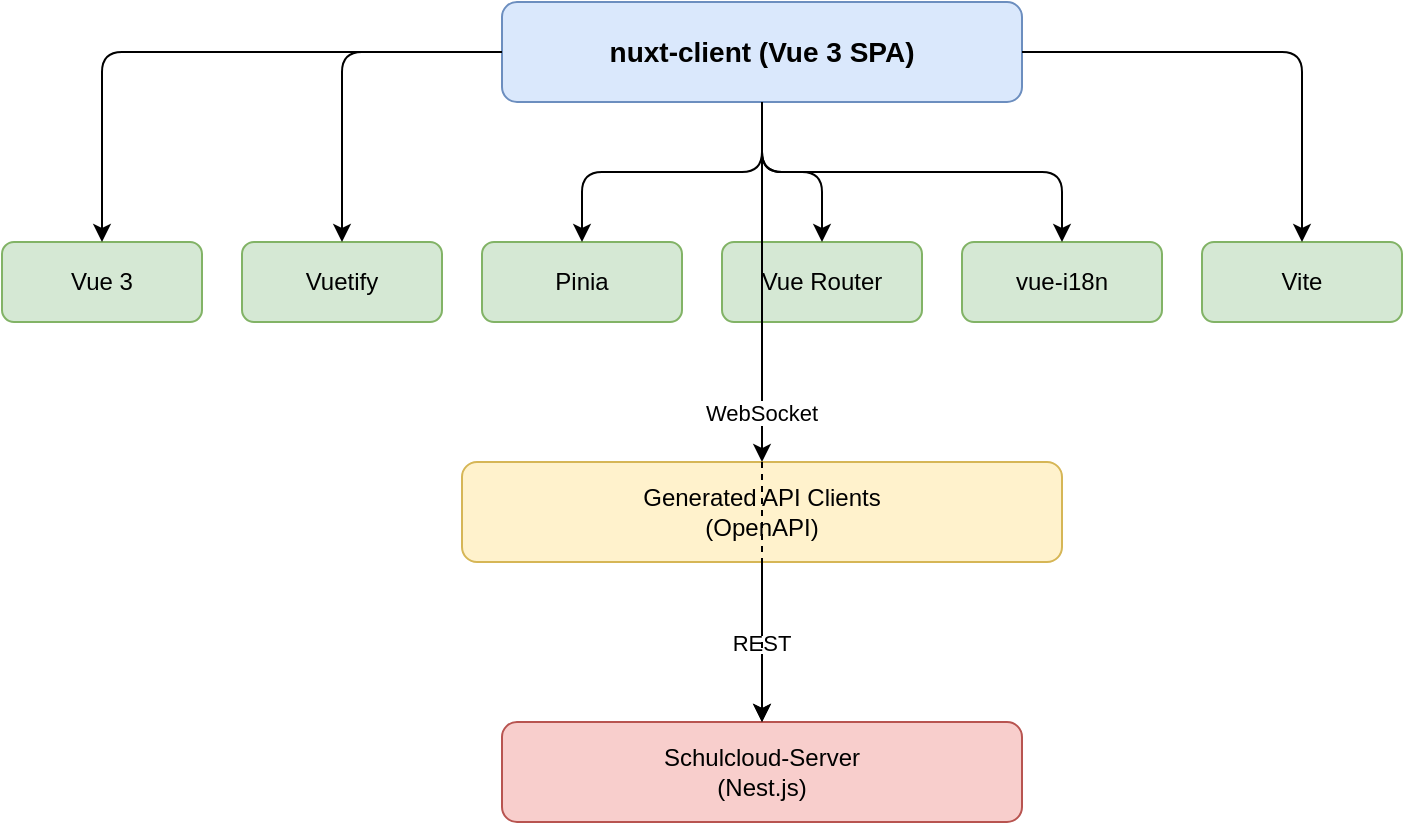
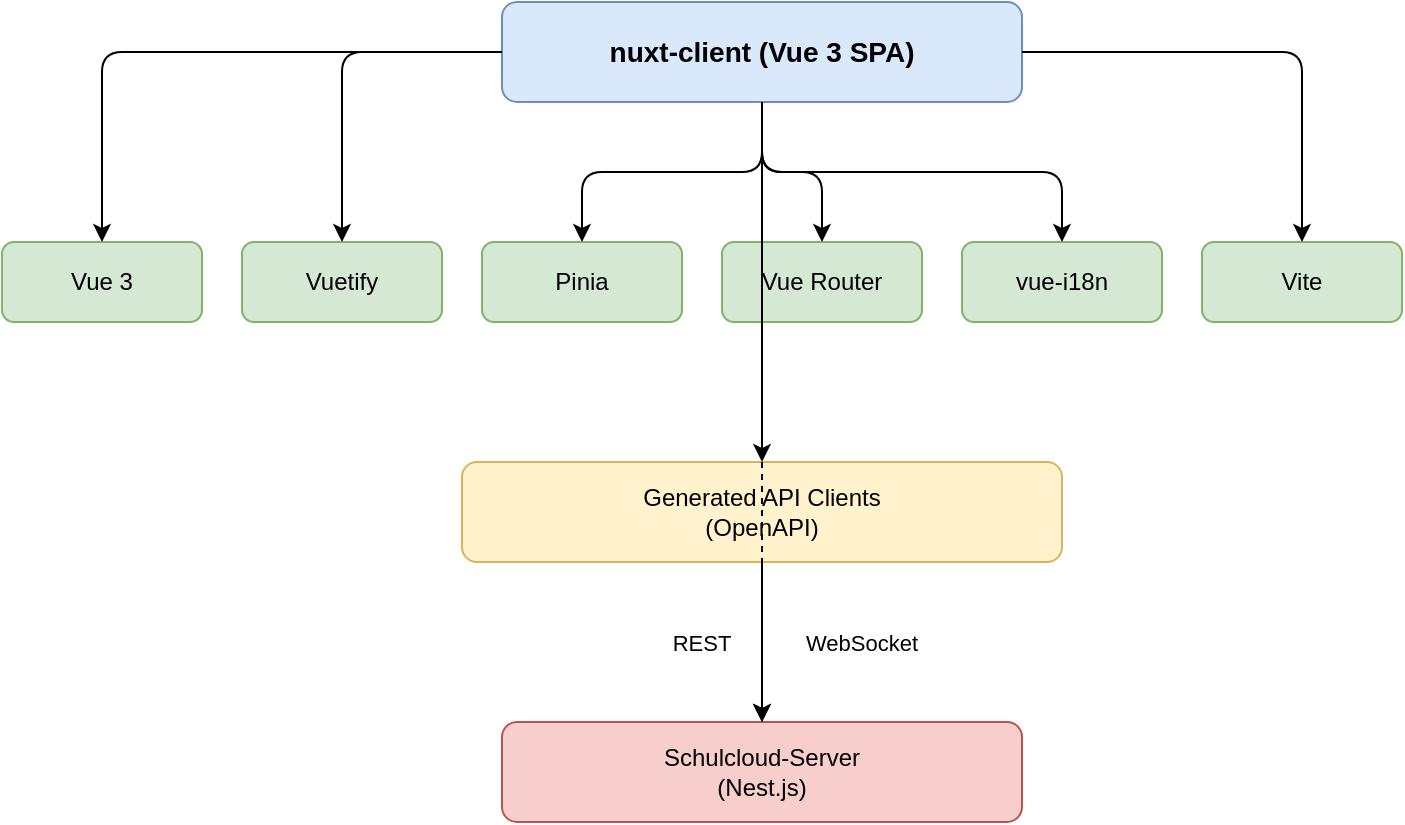
- <mxfile host="drawio-plugin" modified="2026-05-20T12:08:12.796Z" agent="Mozilla/5.0 (Windows NT 10.0; Win64; x64) AppleWebKit/537.36 (KHTML, like Gecko) Chrome/137.0.0.0 Safari/537.36" version="22.1.22" etag="byvJgg01t-SiJcQAd2SE" type="embed">
+ <mxfile host="drawio-plugin" modified="2026-05-20T12:09:13.685Z" agent="Mozilla/5.0 (Windows NT 10.0; Win64; x64) AppleWebKit/537.36 (KHTML, like Gecko) Chrome/137.0.0.0 Safari/537.36" version="22.1.22" etag="yS94X4kR4H-CPEWVznYT" type="embed">
  <diagram name="Architecture" id="nuxt-client-arch">
-     <mxGraphModel dx="0" dy="61" grid="1" gridSize="10" guides="1" tooltips="1" connect="1" arrows="1" fold="1" page="1" pageScale="1" pageWidth="819" pageHeight="459" math="0" shadow="0">
+     <mxGraphModel dx="1559" dy="708" grid="1" gridSize="10" guides="1" tooltips="1" connect="1" arrows="1" fold="1" page="1" pageScale="1" pageWidth="819" pageHeight="459" math="0" shadow="0">
      <root>
        <mxCell id="0" />
        <mxCell id="1" parent="0" />
        <mxCell id="2" value="nuxt-client (Vue 3 SPA)" style="rounded=1;whiteSpace=wrap;html=1;fillColor=#dae8fc;strokeColor=#6c8ebf;fontSize=14;fontStyle=1;" parent="1" vertex="1">
          <mxGeometry x="270" y="20" width="260" height="50" as="geometry" />
        </mxCell>
        <mxCell id="3" value="Vue 3" style="rounded=1;whiteSpace=wrap;html=1;fillColor=#d5e8d4;strokeColor=#82b366;" parent="1" vertex="1">
          <mxGeometry x="20" y="140" width="100" height="40" as="geometry" />
        </mxCell>
        <mxCell id="4" value="Vuetify" style="rounded=1;whiteSpace=wrap;html=1;fillColor=#d5e8d4;strokeColor=#82b366;" parent="1" vertex="1">
          <mxGeometry x="140" y="140" width="100" height="40" as="geometry" />
        </mxCell>
        <mxCell id="5" value="Pinia" style="rounded=1;whiteSpace=wrap;html=1;fillColor=#d5e8d4;strokeColor=#82b366;" parent="1" vertex="1">
          <mxGeometry x="260" y="140" width="100" height="40" as="geometry" />
        </mxCell>
        <mxCell id="6" value="Vue Router" style="rounded=1;whiteSpace=wrap;html=1;fillColor=#d5e8d4;strokeColor=#82b366;" parent="1" vertex="1">
          <mxGeometry x="380" y="140" width="100" height="40" as="geometry" />
        </mxCell>
        <mxCell id="7" value="vue-i18n" style="rounded=1;whiteSpace=wrap;html=1;fillColor=#d5e8d4;strokeColor=#82b366;" parent="1" vertex="1">
          <mxGeometry x="500" y="140" width="100" height="40" as="geometry" />
        </mxCell>
        <mxCell id="8" value="Vite" style="rounded=1;whiteSpace=wrap;html=1;fillColor=#d5e8d4;strokeColor=#82b366;" parent="1" vertex="1">
          <mxGeometry x="620" y="140" width="100" height="40" as="geometry" />
        </mxCell>
        <mxCell id="9" value="Generated API Clients&lt;br&gt;(OpenAPI)" style="rounded=1;whiteSpace=wrap;html=1;fillColor=#fff2cc;strokeColor=#d6b656;" parent="1" vertex="1">
          <mxGeometry x="250" y="250" width="300" height="50" as="geometry" />
        </mxCell>
        <mxCell id="10" value="Schulcloud-Server&lt;br&gt;(Nest.js)" style="rounded=1;whiteSpace=wrap;html=1;fillColor=#f8cecc;strokeColor=#b85450;fontSize=12;" parent="1" vertex="1">
          <mxGeometry x="270" y="380" width="260" height="50" as="geometry" />
        </mxCell>
        <mxCell id="e1" style="edgeStyle=orthogonalEdgeStyle;" parent="1" source="2" target="3" edge="1">
          <mxGeometry relative="1" as="geometry" />
        </mxCell>
        <mxCell id="e2" style="edgeStyle=orthogonalEdgeStyle;" parent="1" source="2" target="4" edge="1">
          <mxGeometry relative="1" as="geometry" />
        </mxCell>
        <mxCell id="e3" style="edgeStyle=orthogonalEdgeStyle;" parent="1" source="2" target="5" edge="1">
          <mxGeometry relative="1" as="geometry" />
        </mxCell>
        <mxCell id="e4" style="edgeStyle=orthogonalEdgeStyle;" parent="1" source="2" target="6" edge="1">
          <mxGeometry relative="1" as="geometry" />
        </mxCell>
        <mxCell id="e5" style="edgeStyle=orthogonalEdgeStyle;" parent="1" source="2" target="7" edge="1">
          <mxGeometry relative="1" as="geometry" />
        </mxCell>
        <mxCell id="e6" style="edgeStyle=orthogonalEdgeStyle;" parent="1" source="2" target="8" edge="1">
          <mxGeometry relative="1" as="geometry" />
        </mxCell>
        <mxCell id="e7" style="edgeStyle=orthogonalEdgeStyle;" parent="1" source="2" target="9" edge="1">
          <mxGeometry relative="1" as="geometry" />
        </mxCell>
        <mxCell id="e8" value="REST" style="edgeStyle=orthogonalEdgeStyle;" parent="1" source="9" target="10" edge="1">
-           <mxGeometry relative="1" as="geometry" />
+           <mxGeometry y="-30" relative="1" as="geometry">
+             <mxPoint as="offset" />
+           </mxGeometry>
        </mxCell>
        <mxCell id="e9" value="WebSocket" style="edgeStyle=orthogonalEdgeStyle;dashed=1;" parent="1" source="2" target="10" edge="1">
-           <mxGeometry relative="1" as="geometry" />
+           <mxGeometry x="0.7419" y="50" relative="1" as="geometry">
+             <mxPoint as="offset" />
+           </mxGeometry>
        </mxCell>
      </root>
    </mxGraphModel>
  </diagram>
</mxfile>
